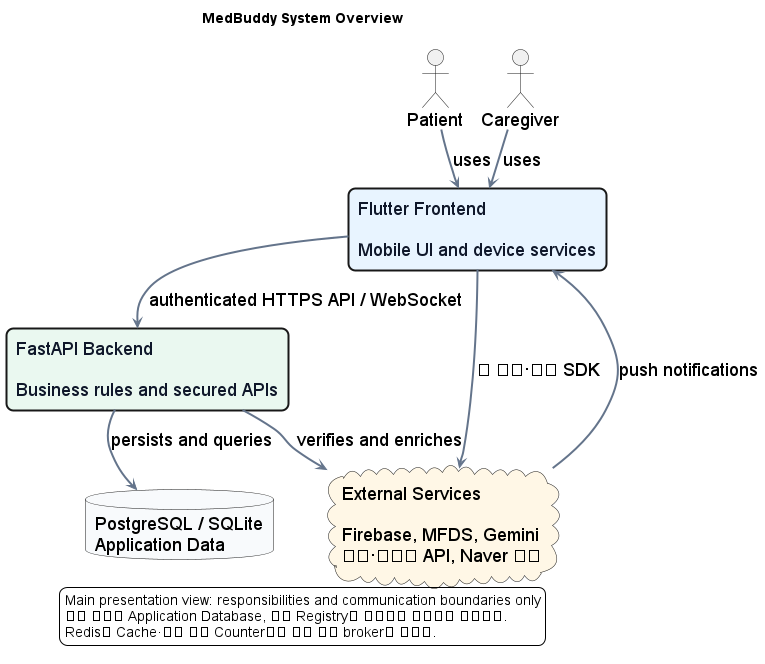
The PlantUML diagram docs/UML/class/00_SystemOverview.png in 1window2/MedBuddy, before a commit.
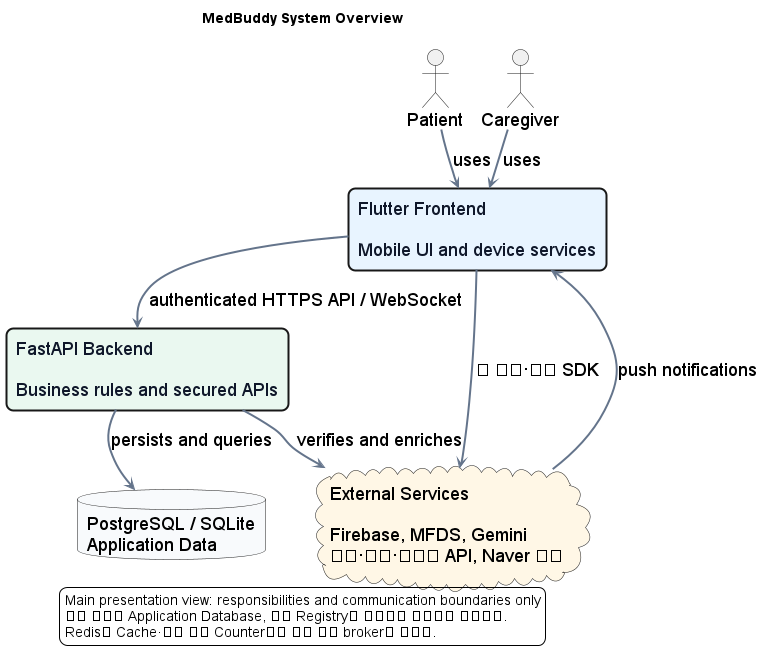
The same diagram one commit later.

Change to the diagram source:
```diff
@@ -27,7 +27,7 @@
 rectangle "Flutter Frontend\n\nMobile UI and device services" as Frontend #E8F4FF
 rectangle "FastAPI Backend\n\nBusiness rules and secured APIs" as Backend #EAF8F0
 database "PostgreSQL / SQLite\nApplication Data" as Database #F8FAFC
-cloud "External Services\n\nFirebase, MFDS, Gemini\n약국·공휴일 API, Naver 지도" as External #FFF7E6
+cloud "External Services\n\nFirebase, MFDS, Gemini\n병원·약국·공휴일 API, Naver 지도" as External #FFF7E6
 
 Patient --> Frontend : uses
 Caregiver --> Frontend : uses
```
